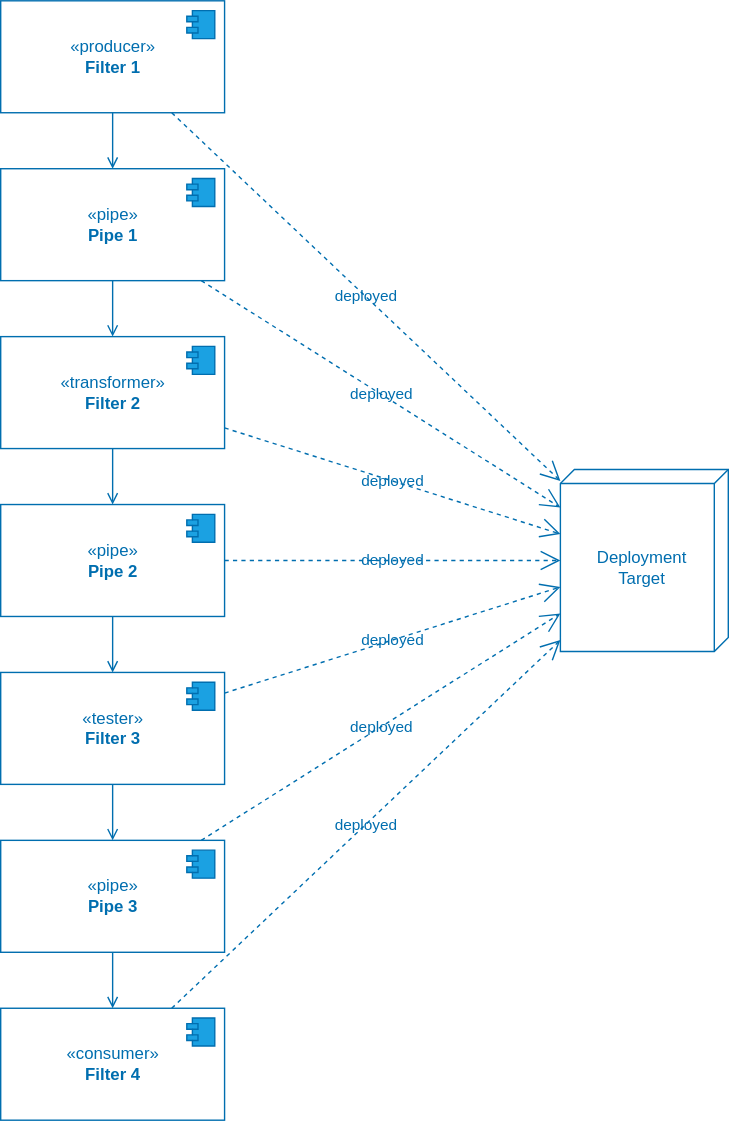
The draw.io diagram diagrams/Architecture_Pipes_And_Filters.svg in ucudal/ANDIS_Conceptos, before a commit. Source tidied: cells renumbered, new cells last; positions are measured from the earlier drawing's top-left corner, leaving out a move shared by most shapes. The source it was exported from:
```xml
<mxGraphModel>
  <root>
    <mxCell id="0" />
    <mxCell id="1" parent="0" />
    <mxCell id="2" style="edgeStyle=none;html=1;endArrow=open;endFill=0;fillColor=#1ba1e2;strokeColor=#006EAF;fontColor=#006EAF;" parent="1" edge="1" source="3" target="7">
      <mxGeometry relative="1" as="geometry" />
    </mxCell>
    <mxCell id="3" value="«producer»&lt;br&gt;&lt;b&gt;Filter 1&lt;/b&gt;" style="html=1;fillColor=none;fontColor=#006EAF;strokeColor=#006EAF;" parent="1" vertex="1">
      <mxGeometry width="160" height="80" as="geometry" />
    </mxCell>
    <mxCell id="4" style="shape=module;jettyWidth=8;jettyHeight=4;fillColor=#1ba1e2;fontColor=#006EAF;strokeColor=#006EAF;" parent="3" vertex="1">
      <mxGeometry x="1" width="20" height="20" relative="1" as="geometry">
        <mxPoint x="-27" y="7" as="offset" />
      </mxGeometry>
    </mxCell>
    <mxCell id="5" value="Deployment&lt;br&gt;Target" style="verticalAlign=middle;align=center;shape=cube;size=10;direction=south;fontStyle=0;html=1;boundedLbl=1;spacingLeft=5;fontColor=#006EAF;fillColor=none;strokeColor=#006EAF;" parent="1" vertex="1">
      <mxGeometry x="400" y="335" width="120" height="130" as="geometry" />
    </mxCell>
    <mxCell id="6" style="edgeStyle=none;html=1;endArrow=open;endFill=0;fillColor=#1ba1e2;strokeColor=#006EAF;fontColor=#006EAF;" parent="1" edge="1" source="7" target="10">
      <mxGeometry relative="1" as="geometry" />
    </mxCell>
    <mxCell id="7" value="«pipe»&lt;br&gt;&lt;b&gt;Pipe 1&lt;/b&gt;" style="html=1;fillColor=none;fontColor=#006EAF;strokeColor=#006EAF;" parent="1" vertex="1">
      <mxGeometry y="120" width="160" height="80" as="geometry" />
    </mxCell>
    <mxCell id="8" style="shape=module;jettyWidth=8;jettyHeight=4;fillColor=#1ba1e2;fontColor=#006EAF;strokeColor=#006EAF;" parent="7" vertex="1">
      <mxGeometry x="1" width="20" height="20" relative="1" as="geometry">
        <mxPoint x="-27" y="7" as="offset" />
      </mxGeometry>
    </mxCell>
    <mxCell id="9" style="edgeStyle=none;html=1;exitX=0.5;exitY=1;exitDx=0;exitDy=0;entryX=0.5;entryY=0;entryDx=0;entryDy=0;endArrow=open;endFill=0;fillColor=#1ba1e2;strokeColor=#006EAF;fontColor=#006EAF;" parent="1" edge="1" source="10" target="13">
      <mxGeometry relative="1" as="geometry" />
    </mxCell>
    <mxCell id="10" value="«transformer»&lt;br&gt;&lt;b&gt;Filter 2&lt;/b&gt;" style="html=1;fillColor=none;fontColor=#006EAF;strokeColor=#006EAF;" parent="1" vertex="1">
      <mxGeometry y="240" width="160" height="80" as="geometry" />
    </mxCell>
    <mxCell id="11" style="shape=module;jettyWidth=8;jettyHeight=4;fillColor=#1ba1e2;fontColor=#006EAF;strokeColor=#006EAF;" parent="10" vertex="1">
      <mxGeometry x="1" width="20" height="20" relative="1" as="geometry">
        <mxPoint x="-27" y="7" as="offset" />
      </mxGeometry>
    </mxCell>
    <mxCell id="12" style="edgeStyle=none;html=1;exitX=0.5;exitY=1;exitDx=0;exitDy=0;endArrow=open;endFill=0;fontColor=#006EAF;fillColor=#1ba1e2;strokeColor=#006EAF;" parent="1" edge="1" source="13" target="16">
      <mxGeometry relative="1" as="geometry" />
    </mxCell>
    <mxCell id="13" value="«pipe»&lt;br&gt;&lt;b&gt;Pipe 2&lt;/b&gt;" style="html=1;fillColor=none;fontColor=#006EAF;strokeColor=#006EAF;" parent="1" vertex="1">
      <mxGeometry y="360" width="160" height="80" as="geometry" />
    </mxCell>
    <mxCell id="14" style="shape=module;jettyWidth=8;jettyHeight=4;fillColor=#1ba1e2;fontColor=#006EAF;strokeColor=#006EAF;" parent="13" vertex="1">
      <mxGeometry x="1" width="20" height="20" relative="1" as="geometry">
        <mxPoint x="-27" y="7" as="offset" />
      </mxGeometry>
    </mxCell>
    <mxCell id="15" style="edgeStyle=none;html=1;exitX=0.5;exitY=1;exitDx=0;exitDy=0;endArrow=open;endFill=0;fillColor=#1ba1e2;strokeColor=#006EAF;fontColor=#006EAF;" parent="1" edge="1" source="16" target="19">
      <mxGeometry relative="1" as="geometry" />
    </mxCell>
    <mxCell id="16" value="«tester»&lt;br&gt;&lt;b&gt;Filter 3&lt;/b&gt;" style="html=1;fillColor=none;fontColor=#006EAF;strokeColor=#006EAF;" parent="1" vertex="1">
      <mxGeometry y="480" width="160" height="80" as="geometry" />
    </mxCell>
    <mxCell id="17" style="shape=module;jettyWidth=8;jettyHeight=4;fillColor=#1ba1e2;fontColor=#006EAF;strokeColor=#006EAF;" parent="16" vertex="1">
      <mxGeometry x="1" width="20" height="20" relative="1" as="geometry">
        <mxPoint x="-27" y="7" as="offset" />
      </mxGeometry>
    </mxCell>
    <mxCell id="18" style="edgeStyle=none;html=1;exitX=0.5;exitY=1;exitDx=0;exitDy=0;endArrow=open;endFill=0;fillColor=#1ba1e2;strokeColor=#006EAF;fontColor=#006EAF;" parent="1" edge="1" source="19" target="21">
      <mxGeometry relative="1" as="geometry" />
    </mxCell>
    <mxCell id="19" value="«pipe»&lt;br&gt;&lt;b&gt;Pipe 3&lt;/b&gt;" style="html=1;fillColor=none;fontColor=#006EAF;strokeColor=#006EAF;" parent="1" vertex="1">
      <mxGeometry y="600" width="160" height="80" as="geometry" />
    </mxCell>
    <mxCell id="20" style="shape=module;jettyWidth=8;jettyHeight=4;fillColor=#1ba1e2;fontColor=#006EAF;strokeColor=#006EAF;" parent="19" vertex="1">
      <mxGeometry x="1" width="20" height="20" relative="1" as="geometry">
        <mxPoint x="-27" y="7" as="offset" />
      </mxGeometry>
    </mxCell>
    <mxCell id="21" value="«consumer»&lt;br&gt;&lt;b&gt;Filter 4&lt;/b&gt;" style="html=1;fillColor=none;fontColor=#006EAF;strokeColor=#006EAF;" parent="1" vertex="1">
      <mxGeometry y="720" width="160" height="80" as="geometry" />
    </mxCell>
    <mxCell id="22" style="shape=module;jettyWidth=8;jettyHeight=4;fillColor=#1ba1e2;fontColor=#006EAF;strokeColor=#006EAF;" parent="21" vertex="1">
      <mxGeometry x="1" width="20" height="20" relative="1" as="geometry">
        <mxPoint x="-27" y="7" as="offset" />
      </mxGeometry>
    </mxCell>
    <mxCell id="23" value="deployed" style="endArrow=open;endSize=12;dashed=1;html=1;fillColor=#1ba1e2;strokeColor=#006EAF;fontColor=#006EAF;labelBackgroundColor=none;" parent="1" edge="1" source="3" target="5">
      <mxGeometry relative="1" as="geometry" />
    </mxCell>
    <mxCell id="24" value="deployed" style="endArrow=open;endSize=12;dashed=1;html=1;fillColor=#1ba1e2;strokeColor=#006EAF;fontColor=#006EAF;labelBackgroundColor=none;" parent="1" edge="1" source="7" target="5">
      <mxGeometry relative="1" as="geometry" />
    </mxCell>
    <mxCell id="25" value="deployed" style="endArrow=open;endSize=12;dashed=1;html=1;fillColor=#1ba1e2;strokeColor=#006EAF;fontColor=#006EAF;labelBackgroundColor=none;" parent="1" edge="1" source="10" target="5">
      <mxGeometry relative="1" as="geometry" />
    </mxCell>
    <mxCell id="26" value="deployed" style="endArrow=open;endSize=12;dashed=1;html=1;fillColor=#1ba1e2;strokeColor=#006EAF;fontColor=#006EAF;labelBackgroundColor=none;" parent="1" edge="1" source="13" target="5">
      <mxGeometry relative="1" as="geometry" />
    </mxCell>
    <mxCell id="27" value="deployed" style="endArrow=open;endSize=12;dashed=1;html=1;fillColor=#1ba1e2;strokeColor=#006EAF;fontColor=#006EAF;labelBackgroundColor=none;" parent="1" edge="1" source="16" target="5">
      <mxGeometry relative="1" as="geometry" />
    </mxCell>
    <mxCell id="28" value="deployed" style="endArrow=open;endSize=12;dashed=1;html=1;fillColor=#1ba1e2;strokeColor=#006EAF;fontColor=#006EAF;labelBackgroundColor=none;" parent="1" edge="1" source="19" target="5">
      <mxGeometry relative="1" as="geometry" />
    </mxCell>
    <mxCell id="29" value="deployed" style="endArrow=open;endSize=12;dashed=1;html=1;fillColor=#1ba1e2;strokeColor=#006EAF;fontColor=#006EAF;labelBackgroundColor=none;" parent="1" edge="1" source="21" target="5">
      <mxGeometry relative="1" as="geometry" />
    </mxCell>
  </root>
</mxGraphModel>
```
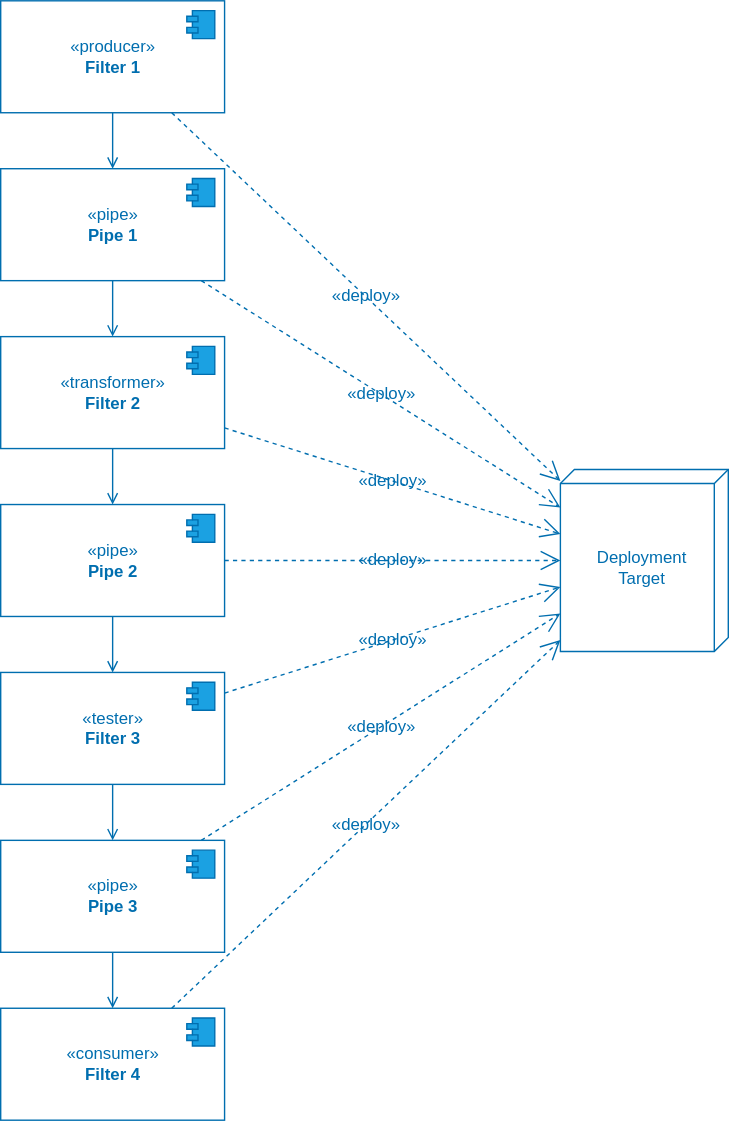
The same file after the commit.

The edit, as a diff of the source:
```diff
@@ -79,25 +79,25 @@
         <mxPoint x="-27" y="7" as="offset" />
       </mxGeometry>
     </mxCell>
-    <mxCell id="23" value="deployed" style="endArrow=open;endSize=12;dashed=1;html=1;fillColor=#1ba1e2;strokeColor=#006EAF;fontColor=#006EAF;labelBackgroundColor=none;" parent="1" edge="1" source="3" target="5">
+    <mxCell id="23" value="&lt;span style=&quot;font-size: 12px;&quot;&gt;«deploy»&lt;/span&gt;" style="endArrow=open;endSize=12;dashed=1;html=1;fillColor=#1ba1e2;strokeColor=#006EAF;fontColor=#006EAF;labelBackgroundColor=none;" parent="1" edge="1" source="3" target="5">
       <mxGeometry relative="1" as="geometry" />
     </mxCell>
-    <mxCell id="24" value="deployed" style="endArrow=open;endSize=12;dashed=1;html=1;fillColor=#1ba1e2;strokeColor=#006EAF;fontColor=#006EAF;labelBackgroundColor=none;" parent="1" edge="1" source="7" target="5">
+    <mxCell id="24" value="&lt;span style=&quot;font-size: 12px;&quot;&gt;«deploy»&lt;/span&gt;" style="endArrow=open;endSize=12;dashed=1;html=1;fillColor=#1ba1e2;strokeColor=#006EAF;fontColor=#006EAF;labelBackgroundColor=none;" parent="1" edge="1" source="7" target="5">
       <mxGeometry relative="1" as="geometry" />
     </mxCell>
-    <mxCell id="25" value="deployed" style="endArrow=open;endSize=12;dashed=1;html=1;fillColor=#1ba1e2;strokeColor=#006EAF;fontColor=#006EAF;labelBackgroundColor=none;" parent="1" edge="1" source="10" target="5">
+    <mxCell id="25" value="&lt;span style=&quot;font-size: 12px;&quot;&gt;«deploy»&lt;/span&gt;" style="endArrow=open;endSize=12;dashed=1;html=1;fillColor=#1ba1e2;strokeColor=#006EAF;fontColor=#006EAF;labelBackgroundColor=none;" parent="1" edge="1" source="10" target="5">
       <mxGeometry relative="1" as="geometry" />
     </mxCell>
-    <mxCell id="26" value="deployed" style="endArrow=open;endSize=12;dashed=1;html=1;fillColor=#1ba1e2;strokeColor=#006EAF;fontColor=#006EAF;labelBackgroundColor=none;" parent="1" edge="1" source="13" target="5">
+    <mxCell id="26" value="&lt;span style=&quot;font-size: 12px;&quot;&gt;«deploy»&lt;/span&gt;" style="endArrow=open;endSize=12;dashed=1;html=1;fillColor=#1ba1e2;strokeColor=#006EAF;fontColor=#006EAF;labelBackgroundColor=none;" parent="1" edge="1" source="13" target="5">
       <mxGeometry relative="1" as="geometry" />
     </mxCell>
-    <mxCell id="27" value="deployed" style="endArrow=open;endSize=12;dashed=1;html=1;fillColor=#1ba1e2;strokeColor=#006EAF;fontColor=#006EAF;labelBackgroundColor=none;" parent="1" edge="1" source="16" target="5">
+    <mxCell id="27" value="&lt;span style=&quot;font-size: 12px;&quot;&gt;«deploy»&lt;/span&gt;" style="endArrow=open;endSize=12;dashed=1;html=1;fillColor=#1ba1e2;strokeColor=#006EAF;fontColor=#006EAF;labelBackgroundColor=none;" parent="1" edge="1" source="16" target="5">
       <mxGeometry relative="1" as="geometry" />
     </mxCell>
-    <mxCell id="28" value="deployed" style="endArrow=open;endSize=12;dashed=1;html=1;fillColor=#1ba1e2;strokeColor=#006EAF;fontColor=#006EAF;labelBackgroundColor=none;" parent="1" edge="1" source="19" target="5">
+    <mxCell id="28" value="&lt;span style=&quot;font-size: 12px;&quot;&gt;«deploy»&lt;/span&gt;" style="endArrow=open;endSize=12;dashed=1;html=1;fillColor=#1ba1e2;strokeColor=#006EAF;fontColor=#006EAF;labelBackgroundColor=none;" parent="1" edge="1" source="19" target="5">
       <mxGeometry relative="1" as="geometry" />
     </mxCell>
-    <mxCell id="29" value="deployed" style="endArrow=open;endSize=12;dashed=1;html=1;fillColor=#1ba1e2;strokeColor=#006EAF;fontColor=#006EAF;labelBackgroundColor=none;" parent="1" edge="1" source="21" target="5">
+    <mxCell id="29" value="&lt;span style=&quot;font-size: 12px;&quot;&gt;«deploy»&lt;/span&gt;" style="endArrow=open;endSize=12;dashed=1;html=1;fillColor=#1ba1e2;strokeColor=#006EAF;fontColor=#006EAF;labelBackgroundColor=none;" parent="1" edge="1" source="21" target="5">
       <mxGeometry relative="1" as="geometry" />
     </mxCell>
   </root>
```
